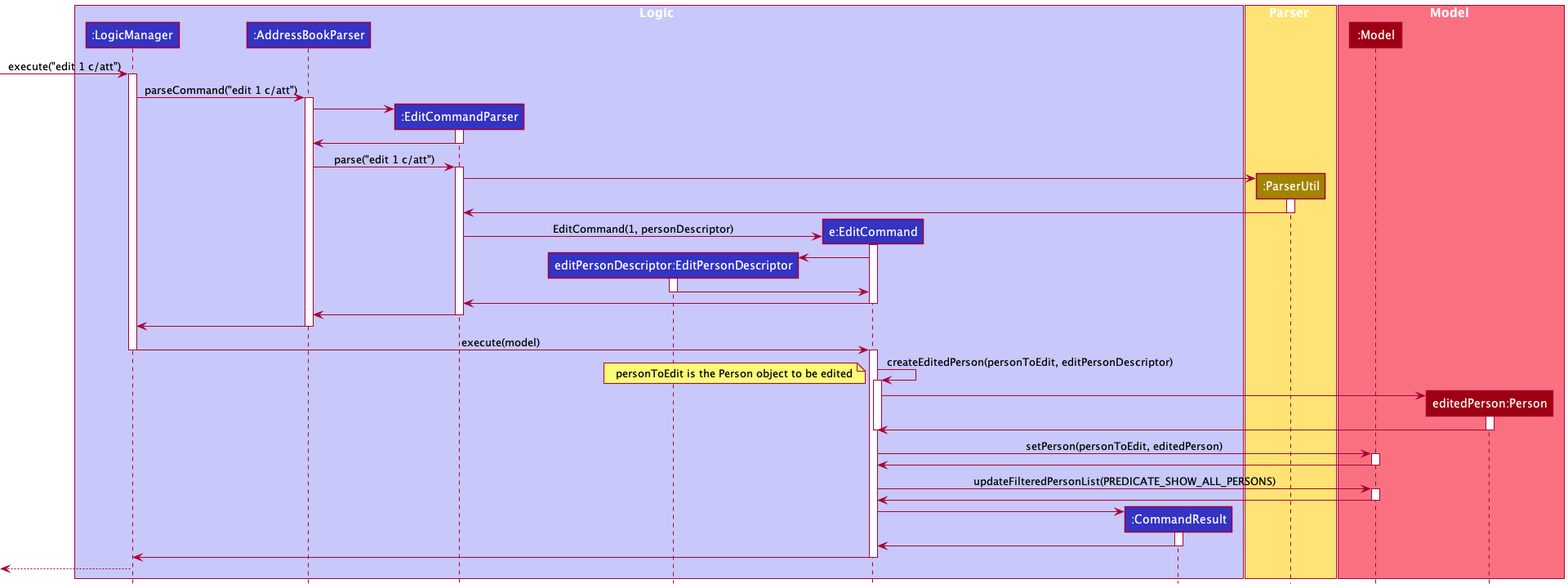
nus-cs2103-AY2122S1/tp keeps this PlantUML diagram as docs/images/EditCategoryCodeSequenceDiagram.png. Above is the earlier version.
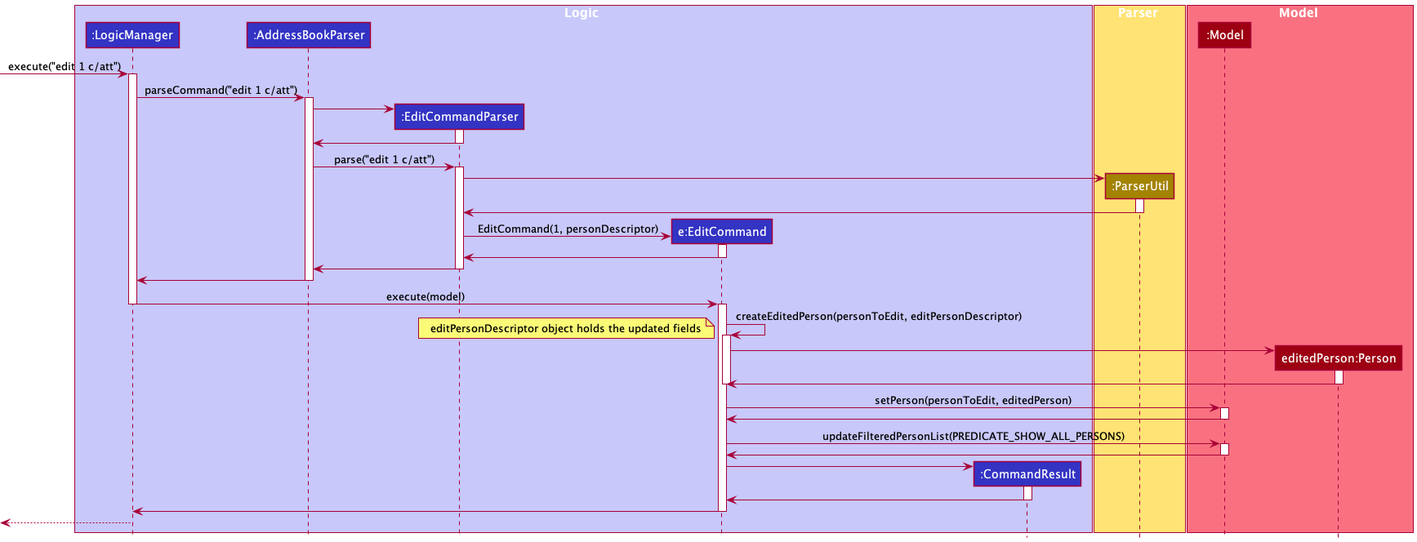
The same diagram one commit later.

Commit message:
Tweak Activity diagram

Diff of the diagram source:
```diff
@@ -5,7 +5,6 @@
 participant ":LogicManager" as LogicManager LOGIC_COLOR
 participant ":AddressBookParser" as AddressBookParser LOGIC_COLOR
 participant ":EditCommandParser" as EditCommandParser LOGIC_COLOR
-participant "editPersonDescriptor:EditPersonDescriptor" as EditPersonDescriptor LOGIC_COLOR
 participant "e:EditCommand" as EditCommand LOGIC_COLOR
 participant ":CommandResult" as CommandResult LOGIC_COLOR
 end box
@@ -46,13 +45,6 @@
 EditCommandParser -> EditCommand: EditCommand(1, personDescriptor)
 activate EditCommand
 
-create EditPersonDescriptor
-EditCommand -> EditPersonDescriptor
-activate EditPersonDescriptor
-
-EditPersonDescriptor -> EditCommand
-deactivate EditPersonDescriptor
-
 EditCommand -> EditCommandParser
 deactivate EditCommand
 
@@ -67,7 +59,7 @@
 
 activate EditCommand
 EditCommand -> EditCommand: createEditedPerson(personToEdit, editPersonDescriptor)
-note bottom: personToEdit is the Person object to be edited
+note bottom: editPersonDescriptor object holds the updated fields
 activate EditCommand
 
 create Person
```
